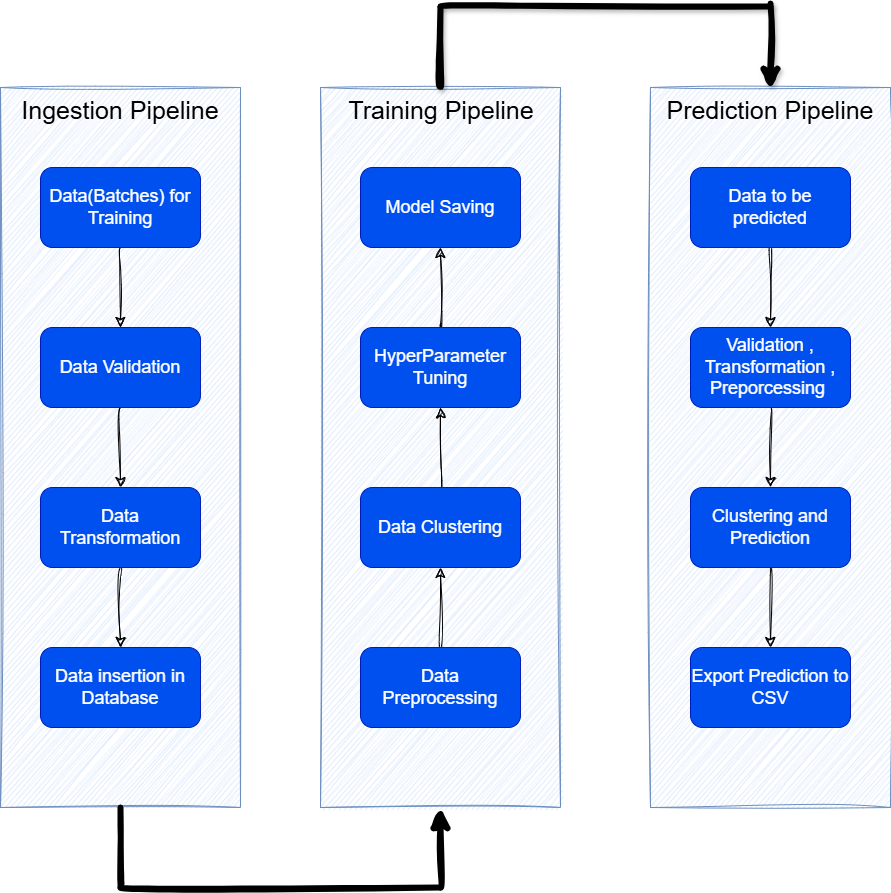
The draw.io diagram assets/appFlow.png in N1RM4L13/CreditCardDefault, before a commit. Source tidied: cells renumbered, new cells last; positions are measured from the earlier drawing's top-left corner, leaving out a move shared by most shapes.
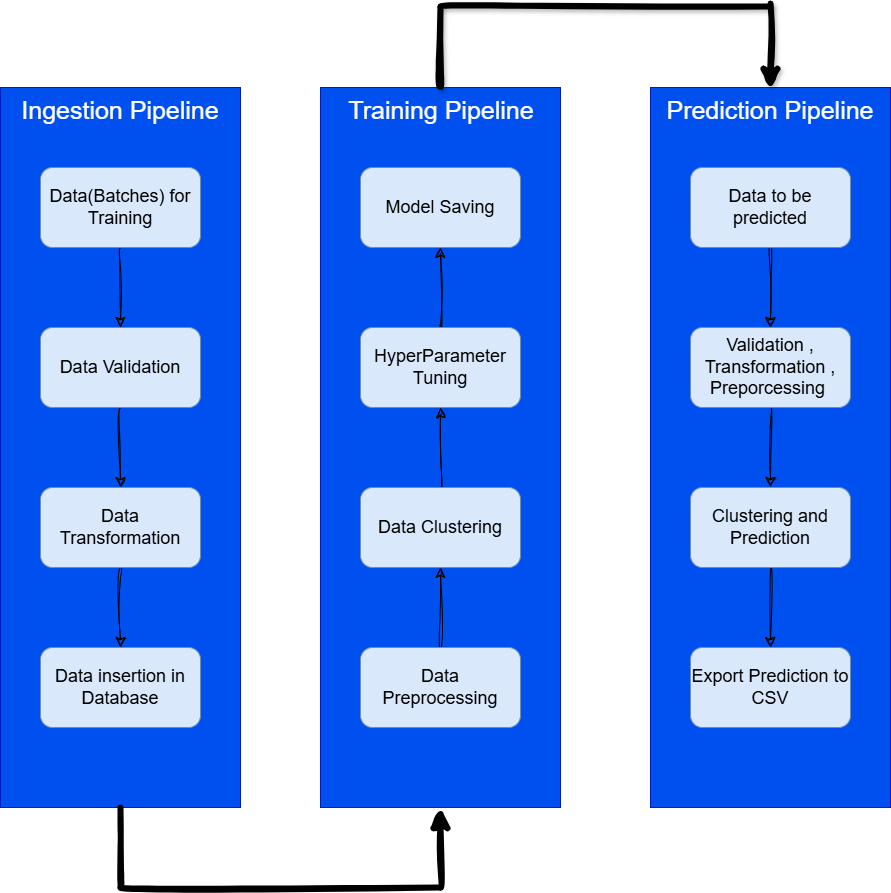
After the change.

Commit message:
improved diagram

Change to the diagram source:
```diff
@@ -2,52 +2,52 @@
   <root>
     <mxCell id="0" />
     <mxCell id="1" parent="0" />
-    <mxCell id="2" style="rounded=0;whiteSpace=wrap;html=1;labelBackgroundColor=none;fillColor=#dae8fc;strokeColor=#6c8ebf;sketch=1;curveFitting=1;jiggle=2;shadow=0;" parent="1" vertex="1">
+    <mxCell id="2" style="rounded=0;whiteSpace=wrap;html=1;labelBackgroundColor=none;shadow=0;fillColor=#0050ef;fontColor=#ffffff;strokeColor=#001DBC;" parent="1" vertex="1">
       <mxGeometry y="84" width="240" height="720" as="geometry" />
     </mxCell>
     <mxCell id="3" style="edgeStyle=none;curved=1;rounded=0;jettySize=auto;html=1;fontSize=12;startSize=8;endSize=8;labelBackgroundColor=none;fontColor=default;sketch=1;curveFitting=1;jiggle=2;shadow=0;" parent="1" edge="1" source="4" target="6">
       <mxGeometry relative="1" as="geometry" />
     </mxCell>
-    <mxCell id="4" value="Data(Batches) for Training" style="rounded=1;whiteSpace=wrap;html=1;fontSize=18;labelBackgroundColor=none;shadow=0;fillColor=#0050ef;fontColor=#ffffff;strokeColor=#001DBC;" parent="1" vertex="1">
+    <mxCell id="4" value="Data(Batches) for Training" style="rounded=1;whiteSpace=wrap;html=1;fontSize=18;labelBackgroundColor=none;shadow=0;fillColor=#dae8fc;strokeColor=#6c8ebf;" parent="1" vertex="1">
       <mxGeometry x="40" y="164" width="160" height="80" as="geometry" />
     </mxCell>
     <mxCell id="5" style="edgeStyle=none;curved=1;rounded=0;jettySize=auto;html=1;fontSize=12;startSize=8;endSize=8;labelBackgroundColor=none;fontColor=default;sketch=1;curveFitting=1;jiggle=2;shadow=0;" parent="1" edge="1" source="6" target="8">
       <mxGeometry relative="1" as="geometry" />
     </mxCell>
-    <mxCell id="6" value="Data Validation" style="rounded=1;whiteSpace=wrap;html=1;fontSize=18;labelBackgroundColor=none;shadow=0;fillColor=#0050ef;fontColor=#ffffff;strokeColor=#001DBC;" parent="1" vertex="1">
+    <mxCell id="6" value="Data Validation" style="rounded=1;whiteSpace=wrap;html=1;fontSize=18;labelBackgroundColor=none;shadow=0;fillColor=#dae8fc;strokeColor=#6c8ebf;" parent="1" vertex="1">
       <mxGeometry x="40" y="324" width="160" height="80" as="geometry" />
     </mxCell>
     <mxCell id="7" style="edgeStyle=none;curved=1;rounded=0;jettySize=auto;html=1;fontSize=12;startSize=8;endSize=8;labelBackgroundColor=none;fontColor=default;sketch=1;curveFitting=1;jiggle=2;shadow=0;" parent="1" edge="1" source="8" target="9">
       <mxGeometry relative="1" as="geometry" />
     </mxCell>
-    <mxCell id="8" value="Data Transformation" style="rounded=1;whiteSpace=wrap;html=1;fontSize=18;labelBackgroundColor=none;shadow=0;fillColor=#0050ef;fontColor=#ffffff;strokeColor=#001DBC;" parent="1" vertex="1">
+    <mxCell id="8" value="Data Transformation" style="rounded=1;whiteSpace=wrap;html=1;fontSize=18;labelBackgroundColor=none;shadow=0;fillColor=#dae8fc;strokeColor=#6c8ebf;" parent="1" vertex="1">
       <mxGeometry x="40" y="484" width="160" height="80" as="geometry" />
     </mxCell>
-    <mxCell id="9" value="Data insertion in Database" style="rounded=1;whiteSpace=wrap;html=1;fontSize=18;labelBackgroundColor=none;shadow=0;fillColor=#0050ef;fontColor=#ffffff;strokeColor=#001DBC;" parent="1" vertex="1">
+    <mxCell id="9" value="Data insertion in Database" style="rounded=1;whiteSpace=wrap;html=1;fontSize=18;labelBackgroundColor=none;shadow=0;fillColor=#dae8fc;strokeColor=#6c8ebf;" parent="1" vertex="1">
       <mxGeometry x="40" y="644" width="160" height="80" as="geometry" />
     </mxCell>
-    <mxCell id="10" style="rounded=0;whiteSpace=wrap;html=1;labelBackgroundColor=none;fillColor=#dae8fc;strokeColor=#6c8ebf;sketch=1;curveFitting=1;jiggle=2;shadow=0;" parent="1" vertex="1">
+    <mxCell id="10" style="rounded=0;whiteSpace=wrap;html=1;labelBackgroundColor=none;shadow=0;fillColor=#0050ef;fontColor=#ffffff;strokeColor=#001DBC;" parent="1" vertex="1">
       <mxGeometry x="320" y="84" width="240" height="720" as="geometry" />
     </mxCell>
-    <mxCell id="11" value="Model Saving" style="rounded=1;whiteSpace=wrap;html=1;fontSize=18;labelBackgroundColor=none;shadow=0;fillColor=#0050ef;fontColor=#ffffff;strokeColor=#001DBC;" parent="1" vertex="1">
+    <mxCell id="11" value="Model Saving" style="rounded=1;whiteSpace=wrap;html=1;fontSize=18;labelBackgroundColor=none;shadow=0;fillColor=#dae8fc;strokeColor=#6c8ebf;" parent="1" vertex="1">
       <mxGeometry x="360" y="164" width="160" height="80" as="geometry" />
     </mxCell>
     <mxCell id="12" style="edgeStyle=none;curved=1;rounded=0;jettySize=auto;html=1;entryX=0.5;entryY=1;entryDx=0;entryDy=0;fontSize=12;startSize=8;endSize=8;labelBackgroundColor=none;fontColor=default;sketch=1;curveFitting=1;jiggle=2;shadow=0;" parent="1" edge="1" source="13" target="11">
       <mxGeometry relative="1" as="geometry" />
     </mxCell>
-    <mxCell id="13" value="HyperParameter Tuning" style="rounded=1;whiteSpace=wrap;html=1;fontSize=18;labelBackgroundColor=none;shadow=0;fillColor=#0050ef;fontColor=#ffffff;strokeColor=#001DBC;" parent="1" vertex="1">
+    <mxCell id="13" value="HyperParameter Tuning" style="rounded=1;whiteSpace=wrap;html=1;fontSize=18;labelBackgroundColor=none;shadow=0;fillColor=#dae8fc;strokeColor=#6c8ebf;" parent="1" vertex="1">
       <mxGeometry x="360" y="324" width="160" height="80" as="geometry" />
     </mxCell>
     <mxCell id="14" style="edgeStyle=none;curved=1;rounded=0;jettySize=auto;html=1;fontSize=12;startSize=8;endSize=8;labelBackgroundColor=none;fontColor=default;sketch=1;curveFitting=1;jiggle=2;shadow=0;" parent="1" edge="1" source="15" target="13">
       <mxGeometry relative="1" as="geometry" />
     </mxCell>
-    <mxCell id="15" value="Data Clustering" style="rounded=1;whiteSpace=wrap;html=1;fontSize=18;labelBackgroundColor=none;shadow=0;fillColor=#0050ef;fontColor=#ffffff;strokeColor=#001DBC;" parent="1" vertex="1">
+    <mxCell id="15" value="Data Clustering" style="rounded=1;whiteSpace=wrap;html=1;fontSize=18;labelBackgroundColor=none;shadow=0;fillColor=#dae8fc;strokeColor=#6c8ebf;" parent="1" vertex="1">
       <mxGeometry x="360" y="484" width="160" height="80" as="geometry" />
     </mxCell>
     <mxCell id="16" style="edgeStyle=none;curved=1;rounded=0;jettySize=auto;html=1;entryX=0.5;entryY=1;entryDx=0;entryDy=0;fontSize=12;startSize=8;endSize=8;labelBackgroundColor=none;fontColor=default;sketch=1;curveFitting=1;jiggle=2;shadow=0;" parent="1" edge="1" source="17" target="15">
       <mxGeometry relative="1" as="geometry" />
     </mxCell>
-    <mxCell id="17" value="Data Preprocessing" style="rounded=1;whiteSpace=wrap;html=1;fontSize=18;labelBackgroundColor=none;shadow=0;fillColor=#0050ef;fontColor=#ffffff;strokeColor=#001DBC;" parent="1" vertex="1">
+    <mxCell id="17" value="Data Preprocessing" style="rounded=1;whiteSpace=wrap;html=1;fontSize=18;labelBackgroundColor=none;shadow=0;fillColor=#dae8fc;strokeColor=#6c8ebf;" parent="1" vertex="1">
       <mxGeometry x="360" y="644" width="160" height="80" as="geometry" />
     </mxCell>
     <mxCell id="18" style="endArrow=none;html=1;rounded=0;fontSize=12;startSize=8;endSize=8;curved=1;labelBackgroundColor=none;fontColor=default;strokeWidth=6;flowAnimation=1;sketch=1;curveFitting=1;jiggle=2;shadow=0;" parent="1" edge="1">
@@ -67,37 +67,37 @@
         <mxPoint x="440" y="884" as="sourcePoint" />
       </mxGeometry>
     </mxCell>
-    <mxCell id="21" value="&lt;p style=&quot;line-height: 160%;&quot;&gt;&lt;font style=&quot;font-size: 25px;&quot;&gt;Ingestion Pipeline&lt;/font&gt;&lt;/p&gt;" style="text;strokeColor=none;fillColor=none;html=1;align=center;verticalAlign=middle;whiteSpace=wrap;rounded=0;fontSize=16;labelBackgroundColor=none;sketch=1;curveFitting=1;jiggle=2;shadow=0;" parent="1" vertex="1">
+    <mxCell id="21" value="&lt;p style=&quot;line-height: 160%;&quot;&gt;&lt;font color=&quot;#ffffff&quot; style=&quot;font-size: 25px;&quot;&gt;Ingestion Pipeline&lt;/font&gt;&lt;/p&gt;" style="text;strokeColor=none;fillColor=none;html=1;align=center;verticalAlign=middle;whiteSpace=wrap;rounded=0;fontSize=16;labelBackgroundColor=none;sketch=1;curveFitting=1;jiggle=2;shadow=0;" parent="1" vertex="1">
       <mxGeometry y="94" width="240" height="30" as="geometry" />
     </mxCell>
-    <mxCell id="22" value="&lt;p style=&quot;line-height: 160%;&quot;&gt;&lt;font style=&quot;font-size: 25px;&quot;&gt;Training Pipeline&lt;/font&gt;&lt;/p&gt;" style="text;strokeColor=none;fillColor=none;html=1;align=center;verticalAlign=middle;whiteSpace=wrap;rounded=0;fontSize=16;labelBackgroundColor=none;sketch=1;curveFitting=1;jiggle=2;shadow=0;" parent="1" vertex="1">
+    <mxCell id="22" value="&lt;p style=&quot;line-height: 160%;&quot;&gt;&lt;font style=&quot;font-size: 25px;&quot;&gt;Training Pipeline&lt;/font&gt;&lt;/p&gt;" style="text;strokeColor=none;fillColor=none;html=1;align=center;verticalAlign=middle;whiteSpace=wrap;rounded=0;fontSize=16;labelBackgroundColor=none;sketch=1;curveFitting=1;jiggle=2;shadow=0;fontColor=#FFFFFF;" parent="1" vertex="1">
       <mxGeometry x="321" y="94" width="240" height="30" as="geometry" />
     </mxCell>
-    <mxCell id="23" style="rounded=0;whiteSpace=wrap;html=1;labelBackgroundColor=none;fillColor=#dae8fc;strokeColor=#6c8ebf;sketch=1;curveFitting=1;jiggle=2;shadow=0;" parent="1" vertex="1">
+    <mxCell id="23" style="rounded=0;whiteSpace=wrap;html=1;labelBackgroundColor=none;shadow=0;glass=0;fillColor=#0050ef;fontColor=#ffffff;strokeColor=#001DBC;" parent="1" vertex="1">
       <mxGeometry x="650" y="84" width="240" height="720" as="geometry" />
     </mxCell>
     <mxCell id="24" style="edgeStyle=none;curved=1;rounded=0;jettySize=auto;html=1;fontSize=12;startSize=8;endSize=8;labelBackgroundColor=none;fontColor=default;sketch=1;curveFitting=1;jiggle=2;shadow=0;" parent="1" edge="1" source="25" target="27">
       <mxGeometry relative="1" as="geometry" />
     </mxCell>
-    <mxCell id="25" value="Data to be predicted" style="rounded=1;whiteSpace=wrap;html=1;fontSize=18;labelBackgroundColor=none;shadow=0;fillColor=#0050ef;fontColor=#ffffff;strokeColor=#001DBC;" parent="1" vertex="1">
+    <mxCell id="25" value="Data to be predicted" style="rounded=1;whiteSpace=wrap;html=1;fontSize=18;labelBackgroundColor=none;shadow=0;fillColor=#dae8fc;strokeColor=#6c8ebf;" parent="1" vertex="1">
       <mxGeometry x="690" y="164" width="160" height="80" as="geometry" />
     </mxCell>
     <mxCell id="26" style="edgeStyle=none;curved=1;rounded=0;jettySize=auto;html=1;fontSize=12;startSize=8;endSize=8;labelBackgroundColor=none;fontColor=default;sketch=1;curveFitting=1;jiggle=2;shadow=0;" parent="1" edge="1" source="27" target="29">
       <mxGeometry relative="1" as="geometry" />
     </mxCell>
-    <mxCell id="27" value="Validation , Transformation , Preporcessing&amp;nbsp;" style="rounded=1;whiteSpace=wrap;html=1;fontSize=18;labelBackgroundColor=none;shadow=0;fillColor=#0050ef;fontColor=#ffffff;strokeColor=#001DBC;" parent="1" vertex="1">
+    <mxCell id="27" value="Validation , Transformation , Preporcessing&amp;nbsp;" style="rounded=1;whiteSpace=wrap;html=1;fontSize=18;labelBackgroundColor=none;shadow=0;fillColor=#dae8fc;strokeColor=#6c8ebf;" parent="1" vertex="1">
       <mxGeometry x="690" y="324" width="160" height="80" as="geometry" />
     </mxCell>
     <mxCell id="28" style="edgeStyle=none;curved=1;rounded=0;jettySize=auto;html=1;fontSize=12;startSize=8;endSize=8;labelBackgroundColor=none;fontColor=default;sketch=1;curveFitting=1;jiggle=2;shadow=0;" parent="1" edge="1" source="29" target="30">
       <mxGeometry relative="1" as="geometry" />
     </mxCell>
-    <mxCell id="29" value="Clustering and Prediction" style="rounded=1;whiteSpace=wrap;html=1;fontSize=18;labelBackgroundColor=none;shadow=0;fillColor=#0050ef;fontColor=#ffffff;strokeColor=#001DBC;" parent="1" vertex="1">
+    <mxCell id="29" value="Clustering and Prediction" style="rounded=1;whiteSpace=wrap;html=1;fontSize=18;labelBackgroundColor=none;shadow=0;fillColor=#dae8fc;strokeColor=#6c8ebf;" parent="1" vertex="1">
       <mxGeometry x="690" y="484" width="160" height="80" as="geometry" />
     </mxCell>
-    <mxCell id="30" value="Export Prediction to CSV" style="rounded=1;whiteSpace=wrap;html=1;fontSize=18;labelBackgroundColor=none;shadow=0;fillColor=#0050ef;fontColor=#ffffff;strokeColor=#001DBC;" parent="1" vertex="1">
+    <mxCell id="30" value="Export Prediction to CSV" style="rounded=1;whiteSpace=wrap;html=1;fontSize=18;labelBackgroundColor=none;shadow=0;fillColor=#dae8fc;strokeColor=#6c8ebf;" parent="1" vertex="1">
       <mxGeometry x="690" y="644" width="160" height="80" as="geometry" />
     </mxCell>
-    <mxCell id="31" value="&lt;p style=&quot;line-height: 160%;&quot;&gt;&lt;font style=&quot;font-size: 25px;&quot;&gt;Prediction Pipeline&lt;/font&gt;&lt;/p&gt;" style="text;strokeColor=none;fillColor=none;html=1;align=center;verticalAlign=middle;whiteSpace=wrap;rounded=0;fontSize=16;labelBackgroundColor=none;sketch=1;curveFitting=1;jiggle=2;shadow=0;" parent="1" vertex="1">
+    <mxCell id="31" value="&lt;p style=&quot;line-height: 160%;&quot;&gt;&lt;font style=&quot;font-size: 25px;&quot;&gt;Prediction Pipeline&lt;/font&gt;&lt;/p&gt;" style="text;strokeColor=none;fillColor=none;html=1;align=center;verticalAlign=middle;whiteSpace=wrap;rounded=0;fontSize=16;labelBackgroundColor=none;sketch=1;curveFitting=1;jiggle=2;shadow=0;fontColor=#FFFFFF;" parent="1" vertex="1">
       <mxGeometry x="650" y="94" width="240" height="30" as="geometry" />
     </mxCell>
     <mxCell id="32" style="endArrow=none;html=1;rounded=0;fontSize=40;startSize=8;endSize=8;curved=1;labelBackgroundColor=none;fontColor=default;strokeWidth=6;flowAnimation=0;sketch=1;curveFitting=1;jiggle=2;shadow=1;" parent="1" edge="1">
```
